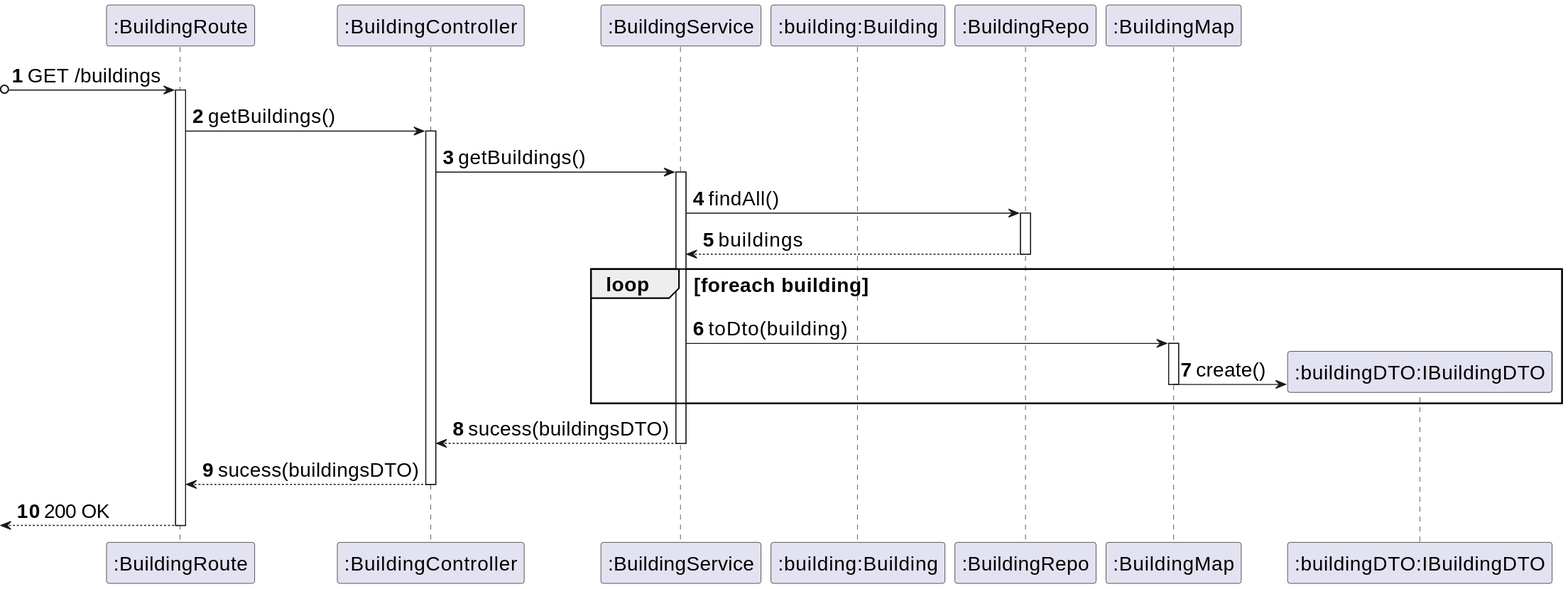
miseEnPlace-dev/lapr5 keeps this PlantUML diagram as _wiki/sprint-a/us03-170/views/level-3/assets/process-view.svg. Above is the earlier version.
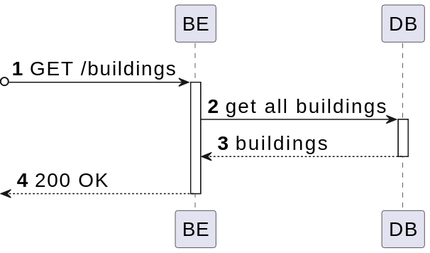
After the commit.

Change to the diagram source:
```diff
@@ -1,35 +1,17 @@
 @startuml
 skinparamlocked defaultFontSize 20
 autonumber
-participant ROUTE as ":BuildingRoute"
-participant CTRL as ":BuildingController"
-participant SRV as ":BuildingService"
-participant BUILD as ":building:Building"
-participant REPO as ":BuildingRepo"
-participant MAP as ":BuildingMap"
-participant DTO as ":buildingDTO:IBuildingDTO"
+participant BE as "BE"
+participant DB as "DB"
 
-?o-> ROUTE : GET /buildings
-activate ROUTE
+?o-> BE : GET /buildings
+activate BE
 
-ROUTE -> CTRL : getBuildings()
-activate CTRL
-CTRL -> SRV : getBuildings()
-activate SRV
-SRV -> REPO : findAll()
-activate REPO
-REPO --> SRV : buildings
-deactivate REPO
-loop foreach building
-    SRV -> MAP : toDto(building)
-    activate MAP
-    MAP -> DTO** : create()
-    deactivate MAP
-end
-SRV --> CTRL : sucess(buildingsDTO)
-deactivate SRV
-CTRL --> ROUTE : sucess(buildingsDTO)
-deactivate CTRL
-<-- ROUTE : 200 OK
-deactivate ROUTE
+BE -> DB : get all buildings
+activate DB
+DB --> BE : buildings
+deactivate DB
+
+<-- BE : 200 OK
+deactivate BE
 @enduml
```
